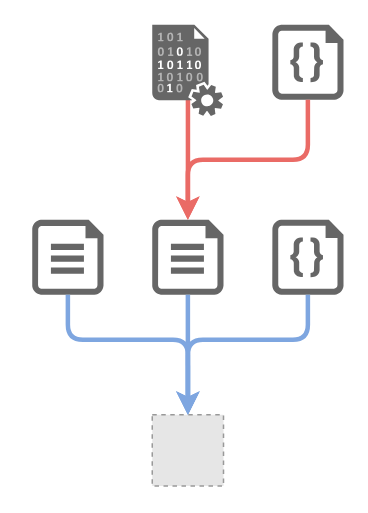
This is 2020-02-14_PhD-defense/material/workflow_concept_2.drawio from JuliaSprenger/presentations, a draw.io file, before an edit. Source tidied: cells renumbered, new cells numbered last; positions are measured from the earlier drawing's top-left corner, leaving out a move shared by most shapes. Both pictures are drawn from the tidied source at 150%, with x=0, y=0 at pixel (32, 24). Pictures stored in the file or linked from it are replaced by grey dashed boxes.
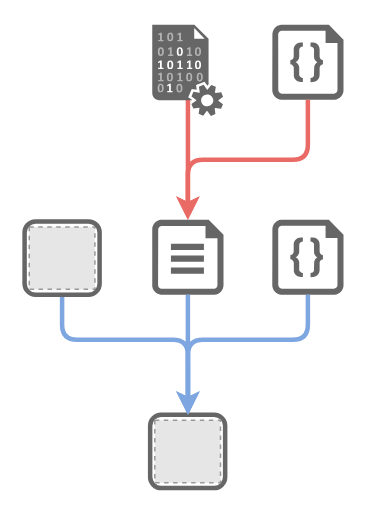
Above is the later version.

The edit, as a diff of the source:
```diff
@@
 <mxGraphModel>
   <root>
     <mxCell id="0" />
     <mxCell id="1" parent="0" />
+    <mxCell id="13" style="whiteSpace=wrap;html=1;labelBackgroundColor=none;fillColor=none;gradientColor=none;fontSize=31;fontColor=#000000;verticalAlign=top;strokeColor=#666666;rounded=1;strokeWidth=3;" parent="1" vertex="1">
+      <mxGeometry x="78.6" y="260" width="50" height="48.9" as="geometry" />
+    </mxCell>
     <mxCell id="2" style="verticalLabelPosition=bottom;html=1;verticalAlign=top;align=center;strokeColor=none;fillColor=#666666;shape=mxgraph.azure.code_file;fontSize=31;" parent="1" vertex="1">
       <mxGeometry x="160" width="47.5" height="50" as="geometry" />
     </mxCell>
     <mxCell id="3" style="verticalLabelPosition=bottom;html=1;verticalAlign=top;align=center;strokeColor=none;fillColor=#666666;shape=mxgraph.azure.cloud_services_configuration_file;fontSize=31;" parent="1" vertex="1">
       <mxGeometry x="80" y="130" width="47.5" height="50" as="geometry" />
     </mxCell>
     <mxCell id="4" style="endArrow=classic;html=1;fontSize=31;exitX=0.5;exitY=1;exitDx=0;exitDy=0;exitPerimeter=0;entryX=0.5;entryY=0;entryDx=0;entryDy=0;entryPerimeter=0;strokeColor=#EA6B66;strokeWidth=3;fillColor=#f5f5f5;" parent="1" edge="1" target="3">
       <mxGeometry relative="1" as="geometry">
         <mxPoint x="103.8" y="50" as="sourcePoint" />
       </mxGeometry>
     </mxCell>
     <mxCell id="5" style="endArrow=classic;html=1;fontSize=31;exitX=0.5;exitY=1;exitDx=0;exitDy=0;exitPerimeter=0;strokeColor=#EA6B66;strokeWidth=3;edgeStyle=elbowEdgeStyle;elbow=vertical;entryX=0.5;entryY=0;entryDx=0;entryDy=0;entryPerimeter=0;fillColor=#f5f5f5;" parent="1" edge="1" source="2" target="3">
       <mxGeometry relative="1" as="geometry" />
     </mxCell>
     <mxCell id="6" style="endArrow=classic;html=1;fontSize=31;exitX=0.5;exitY=1;exitDx=0;exitDy=0;exitPerimeter=0;entryX=0.5;entryY=0;entryDx=0;entryDy=0;entryPerimeter=0;strokeColor=#7EA6E0;strokeWidth=3;fillColor=#f5f5f5;" parent="1" edge="1" source="3">
       <mxGeometry relative="1" as="geometry">
         <mxPoint x="103.8" y="260" as="targetPoint" />
       </mxGeometry>
     </mxCell>
-    <mxCell id="7" style="verticalLabelPosition=bottom;html=1;verticalAlign=top;align=center;strokeColor=none;fillColor=#666666;shape=mxgraph.azure.cloud_services_configuration_file;fontSize=31;" parent="1" vertex="1">
-      <mxGeometry y="130" width="47.5" height="50" as="geometry" />
-    </mxCell>
-    <mxCell id="8" style="endArrow=classic;html=1;fontSize=31;exitX=0.5;exitY=1;exitDx=0;exitDy=0;exitPerimeter=0;strokeColor=#7EA6E0;strokeWidth=3;edgeStyle=elbowEdgeStyle;elbow=vertical;entryX=0.5;entryY=0;entryDx=0;entryDy=0;entryPerimeter=0;fillColor=#f5f5f5;" parent="1" edge="1" source="7">
+    <mxCell id="8" style="endArrow=classic;html=1;fontSize=31;exitX=0.5;exitY=1;exitDx=0;exitDy=0;strokeColor=#7EA6E0;strokeWidth=3;edgeStyle=elbowEdgeStyle;elbow=vertical;entryX=0.5;entryY=0;entryDx=0;entryDy=0;entryPerimeter=0;fillColor=#f5f5f5;" parent="1" edge="1" source="15">
       <mxGeometry relative="1" as="geometry">
         <mxPoint x="103.8" y="260" as="targetPoint" />
         <Array as="points">
           <mxPoint x="70" y="210" />
         </Array>
       </mxGeometry>
     </mxCell>
     <mxCell id="9" style="shadow=0;dashed=0;html=1;strokeColor=none;fillColor=#666666;labelPosition=center;verticalLabelPosition=bottom;verticalAlign=top;align=center;shape=mxgraph.veeam.data_file;fontSize=31;" parent="1" vertex="1">
       <mxGeometry x="80" width="47.2" height="60.8" as="geometry" />
     </mxCell>
     <mxCell id="10" style="verticalLabelPosition=bottom;html=1;verticalAlign=top;align=center;strokeColor=none;fillColor=#666666;shape=mxgraph.azure.code_file;fontSize=31;" parent="1" vertex="1">
       <mxGeometry x="160" y="130" width="47.5" height="50" as="geometry" />
     </mxCell>
-    <mxCell id="11" style="fillColor=#E6E6E6;strokeColor=#999999;dashed=1;html=1;verticalAlign=top;verticalLabelPosition=bottom;fontSize=31;fontColor=#666666;labelBackgroundColor=none;" parent="1" vertex="1">
-      <mxGeometry x="80" y="260" width="47.5" height="47.5" as="geometry" />
-    </mxCell>
-    <mxCell id="12" style="endArrow=classic;html=1;fontSize=31;exitX=0.5;exitY=1;exitDx=0;exitDy=0;exitPerimeter=0;strokeColor=#7EA6E0;strokeWidth=3;edgeStyle=elbowEdgeStyle;elbow=vertical;entryX=0.5;entryY=0;entryDx=0;entryDy=0;fillColor=#f5f5f5;" parent="1" edge="1" source="10" target="11">
+    <mxCell id="12" style="endArrow=classic;html=1;fontSize=31;exitX=0.5;exitY=1;exitDx=0;exitDy=0;exitPerimeter=0;strokeColor=#7EA6E0;strokeWidth=3;edgeStyle=elbowEdgeStyle;elbow=vertical;entryX=0.5;entryY=0;entryDx=0;entryDy=0;fillColor=#f5f5f5;" parent="1" edge="1" source="10">
       <mxGeometry relative="1" as="geometry">
+        <mxPoint x="103.8" y="260" as="targetPoint" />
         <Array as="points">
           <mxPoint x="140" y="210" />
         </Array>
       </mxGeometry>
     </mxCell>
+    <mxCell id="14" style="fillColor=#E6E6E6;strokeColor=#999999;dashed=1;verticalLabelPosition=bottom;verticalAlign=top;fontSize=31;" parent="1" vertex="1">
+      <mxGeometry x="-2" y="134.8" width="43.8" height="41.6" as="geometry" />
+    </mxCell>
+    <mxCell id="15" style="whiteSpace=wrap;html=1;labelBackgroundColor=none;fillColor=none;gradientColor=none;fontSize=31;fontColor=#000000;verticalAlign=top;strokeColor=#666666;rounded=1;strokeWidth=3;" parent="1" vertex="1">
+      <mxGeometry x="-5.1" y="131.1" width="50" height="48.9" as="geometry" />
+    </mxCell>
+    <mxCell id="16" style="fillColor=#E6E6E6;strokeColor=#999999;dashed=1;verticalLabelPosition=bottom;verticalAlign=top;fontSize=31;" parent="1" vertex="1">
+      <mxGeometry x="81.7" y="263.7" width="43.8" height="41.6" as="geometry" />
+    </mxCell>
   </root>
 </mxGraphModel>
```
